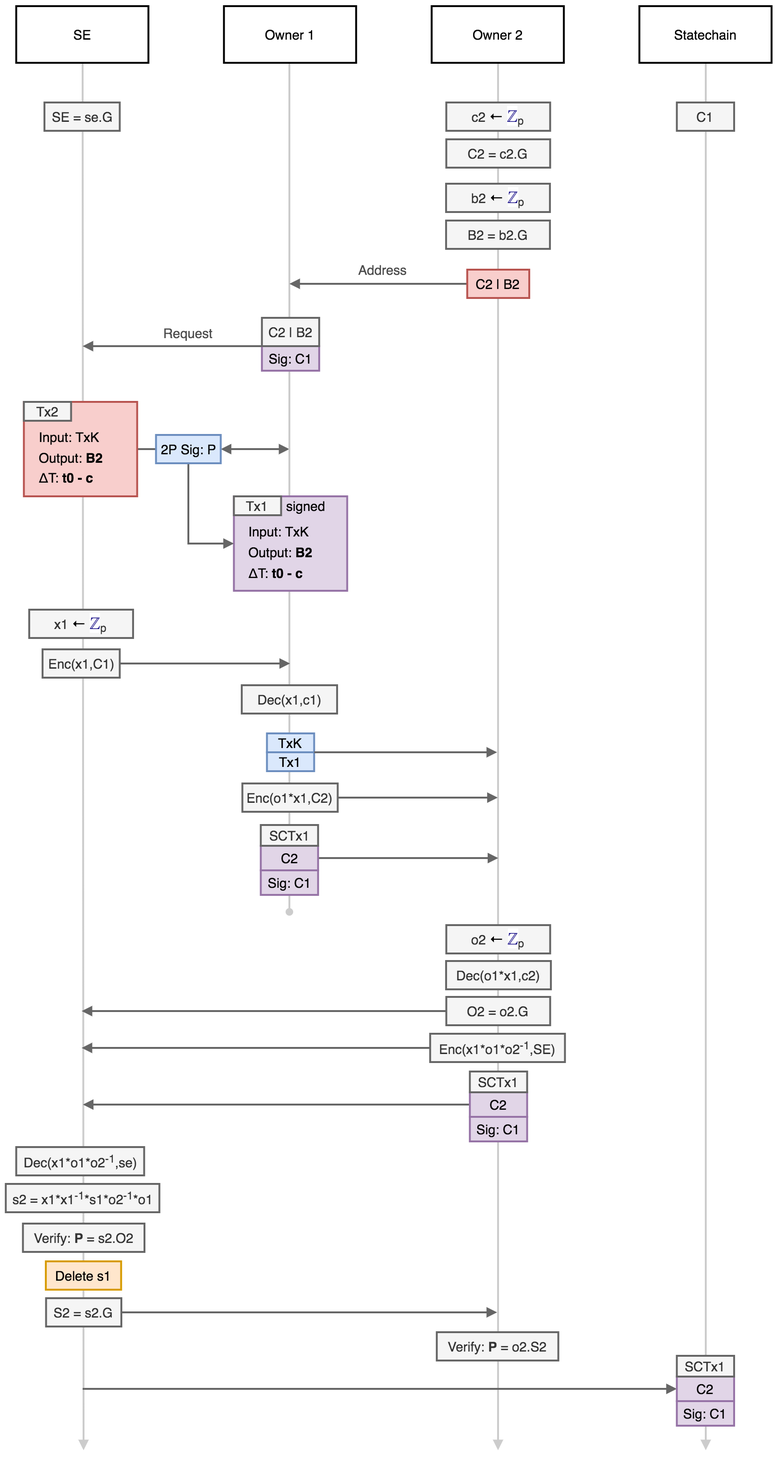
Before: doc/images/fig5.png, a diagram exported from draw.io (commerceblock/mercury). Source tidied: cells renumbered, new cells last; positions are measured from the earlier drawing's top-left corner, leaving out a move shared by most shapes.
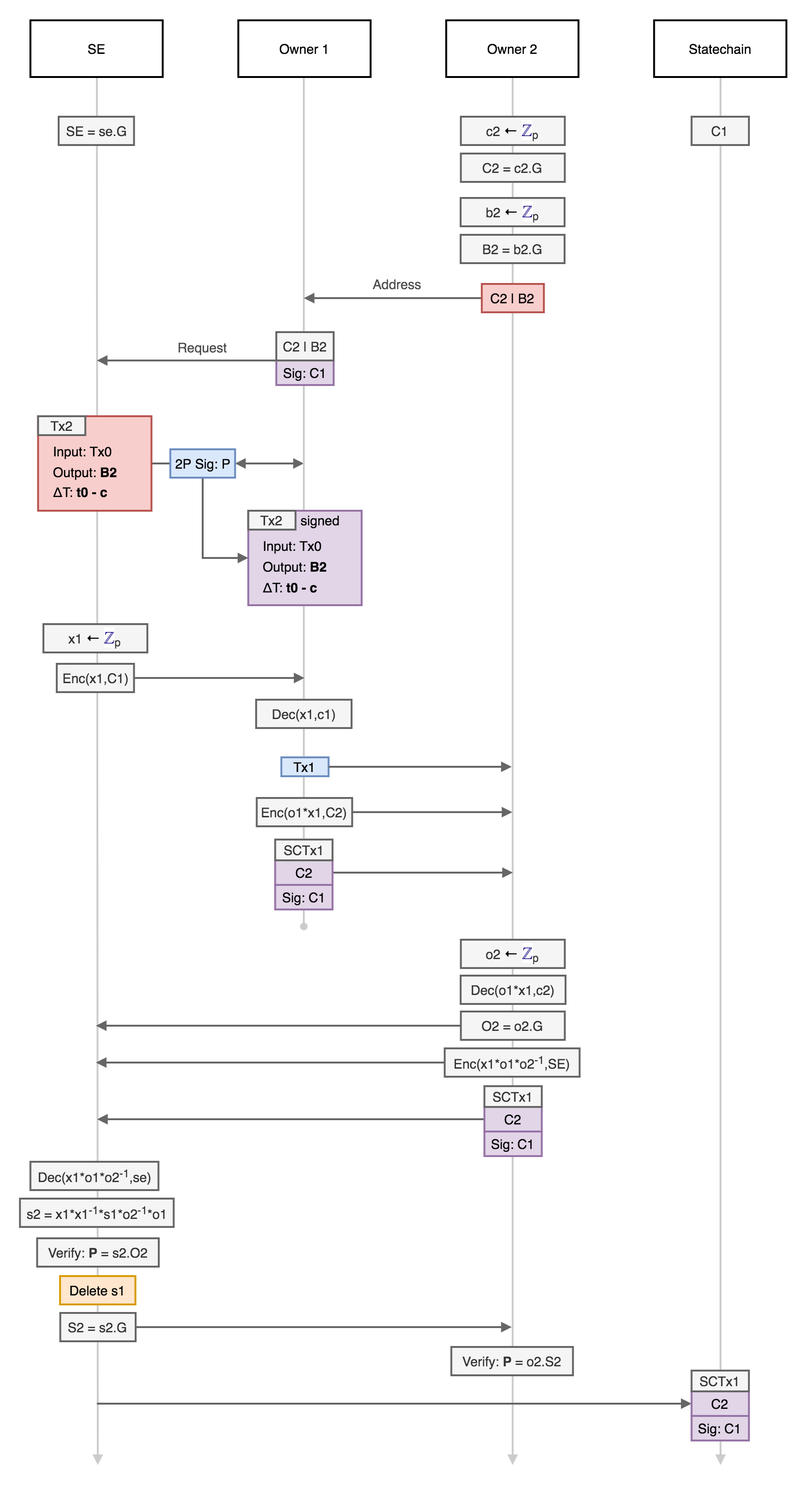
The same diagram one commit later.

The edit, as a diff of the source:
```diff
@@ -60,7 +60,7 @@
     <mxCell id="16" value="Tx2" style="rounded=0;whiteSpace=wrap;html=1;strokeWidth=2;fontSize=14;fillColor=#f5f5f5;strokeColor=#666666;fontColor=#333333;" parent="1" vertex="1">
       <mxGeometry x="18.8" y="419" width="50" height="20" as="geometry" />
     </mxCell>
-    <mxCell id="17" value="&lt;font style=&quot;font-size: 14px&quot;&gt;Input: TxK&lt;/font&gt;" style="text;html=1;fontSize=16;" parent="1" vertex="1">
+    <mxCell id="17" value="&lt;font style=&quot;font-size: 14px&quot;&gt;Input: Tx0&lt;/font&gt;" style="text;html=1;fontSize=16;" parent="1" vertex="1">
       <mxGeometry x="32.8" y="441" width="80" height="30" as="geometry" />
     </mxCell>
     <mxCell id="18" value="&lt;font style=&quot;font-size: 14px&quot;&gt;Output: &lt;b&gt;B2&lt;/b&gt;&lt;/font&gt;" style="text;html=1;fontSize=16;" parent="1" vertex="1">
@@ -69,10 +69,10 @@
     <mxCell id="19" style="rounded=0;whiteSpace=wrap;html=1;strokeWidth=2;fontSize=14;fillColor=#e1d5e7;strokeColor=#9673a6;" parent="1" vertex="1">
       <mxGeometry x="241.2" y="519" width="120" height="100" as="geometry" />
     </mxCell>
-    <mxCell id="20" value="Tx1" style="rounded=0;whiteSpace=wrap;html=1;strokeWidth=2;fontSize=14;fillColor=#f5f5f5;strokeColor=#666666;fontColor=#333333;" parent="1" vertex="1">
+    <mxCell id="20" value="Tx2" style="rounded=0;whiteSpace=wrap;html=1;strokeWidth=2;fontSize=14;fillColor=#f5f5f5;strokeColor=#666666;fontColor=#333333;" parent="1" vertex="1">
       <mxGeometry x="241.2" y="519" width="50" height="20" as="geometry" />
     </mxCell>
-    <mxCell id="21" value="&lt;font style=&quot;font-size: 14px&quot;&gt;Input: TxK&lt;/font&gt;" style="text;html=1;fontSize=16;" parent="1" vertex="1">
+    <mxCell id="21" value="&lt;font style=&quot;font-size: 14px&quot;&gt;Input: Tx0&lt;/font&gt;" style="text;html=1;fontSize=16;" parent="1" vertex="1">
       <mxGeometry x="255.2" y="541" width="80" height="30" as="geometry" />
     </mxCell>
     <mxCell id="22" value="&lt;font style=&quot;font-size: 14px&quot;&gt;Output: &lt;b&gt;B2&lt;/b&gt;&lt;/font&gt;" style="text;html=1;fontSize=16;" parent="1" vertex="1">
@@ -150,9 +150,6 @@
     <mxCell id="42" value="&lt;font style=&quot;font-size: 14px&quot;&gt;ΔT: &lt;b&gt;t0 - c&lt;/b&gt;&lt;/font&gt;" style="text;html=1;fontSize=16;" parent="1" vertex="1">
       <mxGeometry x="255.2" y="585" width="80" height="30" as="geometry" />
     </mxCell>
-    <mxCell id="43" value="TxK" style="rounded=0;whiteSpace=wrap;html=1;strokeWidth=2;fontSize=14;fillColor=#dae8fc;strokeColor=#6c8ebf;" parent="1" vertex="1">
-      <mxGeometry x="276.2" y="770" width="50" height="20" as="geometry" />
-    </mxCell>
     <mxCell id="44" value="&lt;font style=&quot;font-size: 14px&quot;&gt;ΔT: &lt;b&gt;t0 - c&lt;/b&gt;&lt;/font&gt;" style="text;html=1;fontSize=16;" parent="1" vertex="1">
       <mxGeometry x="32.8" y="484" width="80" height="30" as="geometry" />
     </mxCell>
@@ -222,7 +219,7 @@
       <mxGeometry x="488.4" y="279" width="65.7" height="30" as="geometry" />
     </mxCell>
     <mxCell id="64" value="Tx1" style="rounded=0;whiteSpace=wrap;html=1;strokeWidth=2;fontSize=14;fillColor=#dae8fc;strokeColor=#6c8ebf;" parent="1" vertex="1">
-      <mxGeometry x="276.2" y="790" width="50" height="20" as="geometry" />
+      <mxGeometry x="276.2" y="780" width="50" height="20" as="geometry" />
     </mxCell>
     <mxCell id="65" style="edgeStyle=orthogonalEdgeStyle;rounded=0;orthogonalLoop=1;jettySize=auto;html=1;fontColor=#666666;endArrow=block;endFill=1;fillColor=#f5f5f5;strokeColor=#666666;strokeWidth=2;" parent="1" edge="1">
       <mxGeometry relative="1" as="geometry">
```
